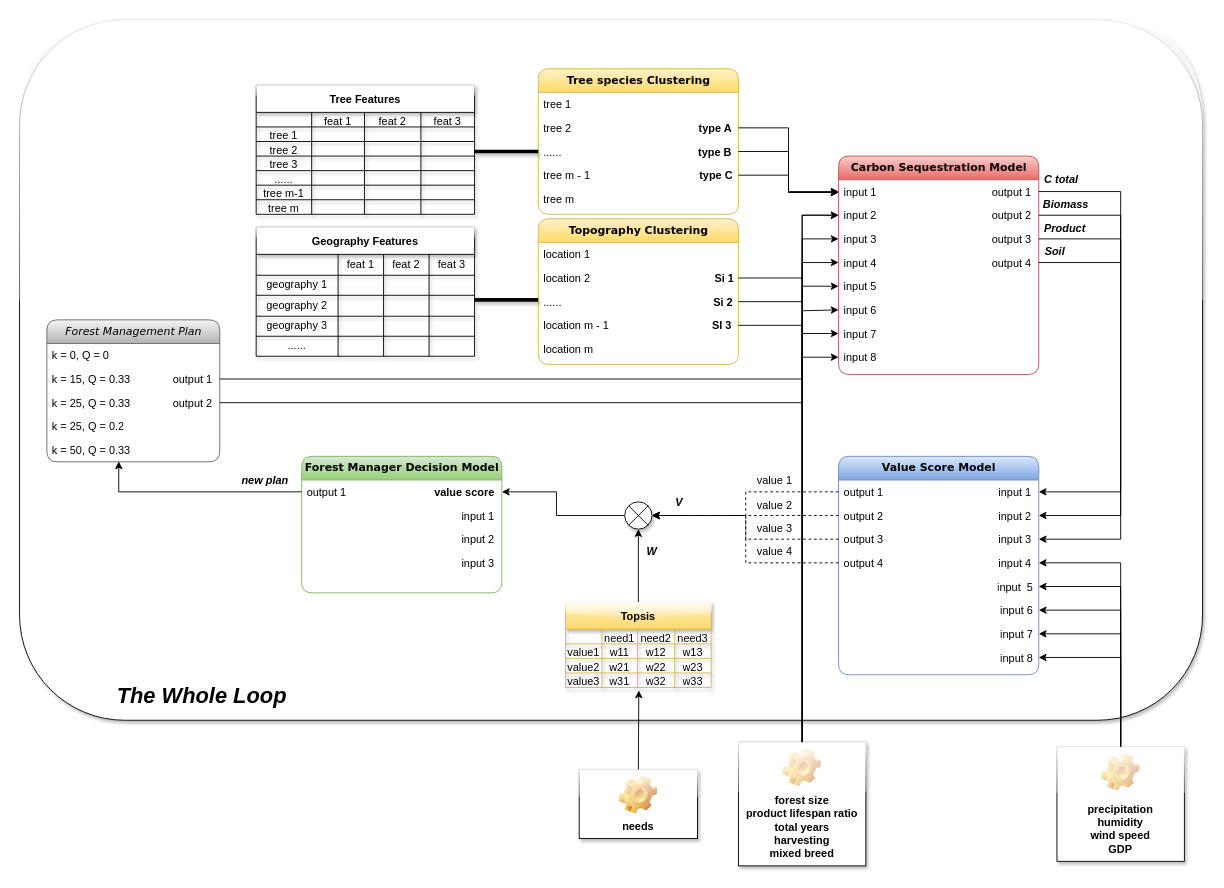
Earlier version of the draw.io diagram Untitled Diagram3.drawio (KLGR123/KLGR123.github.io). Source tidied: cells renumbered, new cells numbered last; positions are measured from the earlier drawing's top-left corner, leaving out a move shared by most shapes. Both pictures are drawn from the tidied source at 91%, with x=0, y=0 at pixel (19, 19).
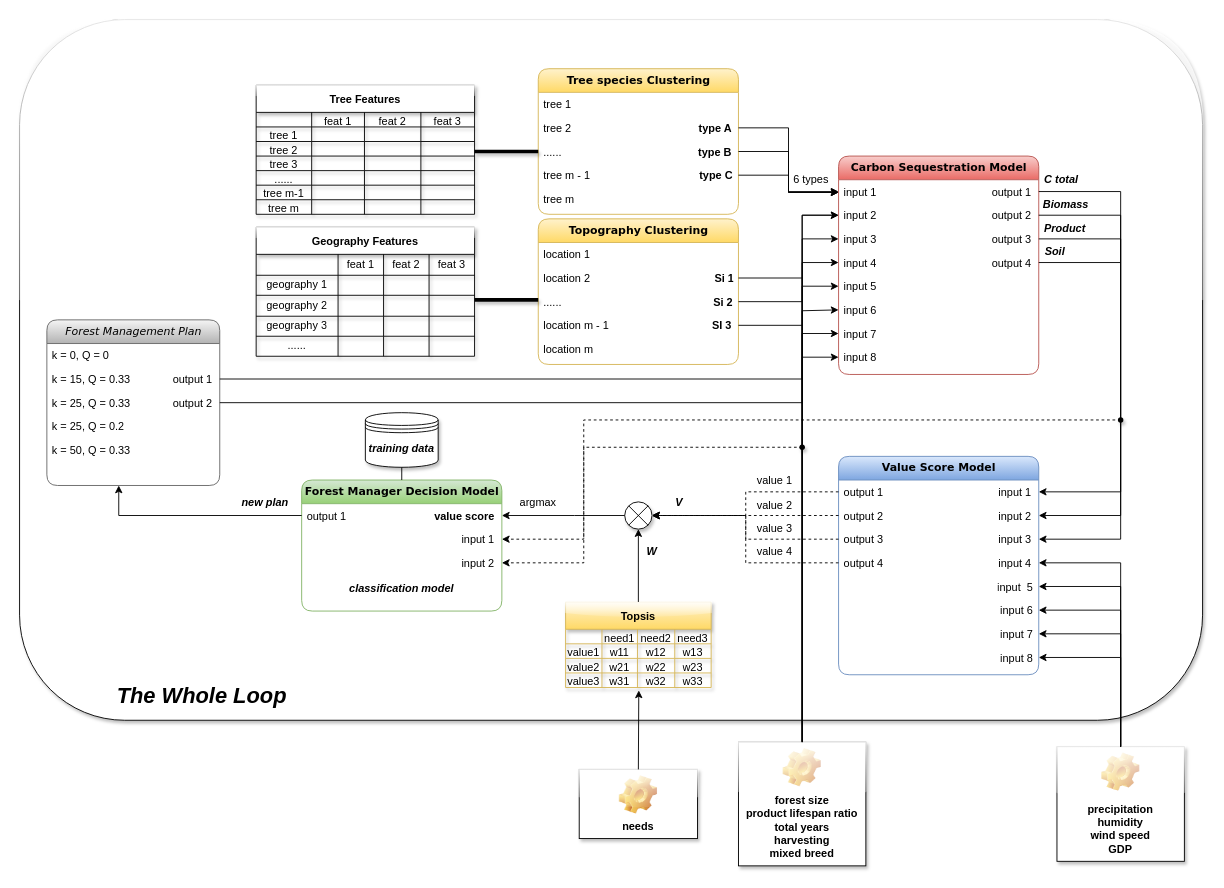
After the change.

The change refers to these unchanged cells:
```xml
<mxCell id="17" value="k = 50, Q = 0.33" style="text;html=1;strokeColor=none;fillColor=none;spacingLeft=4;spacingRight=4;whiteSpace=wrap;overflow=hidden;points=[[0,0.5],[1,0.5]];portConstraint=eastwest;" parent="12" vertex="1">
  <mxGeometry y="130" width="190" height="26" as="geometry" />
</mxCell>
<mxCell id="111" value="output 1 &amp;nbsp; &amp;nbsp; &amp;nbsp; &amp;nbsp; &amp;nbsp; &amp;nbsp; &amp;nbsp; &amp;nbsp; &amp;nbsp; &amp;nbsp; &amp;nbsp; &amp;nbsp; &amp;nbsp; &amp;nbsp; &lt;b&gt;value score&lt;/b&gt;&amp;nbsp;" style="text;html=1;strokeColor=none;fillColor=none;spacingLeft=4;spacingRight=4;whiteSpace=wrap;overflow=hidden;points=[[0,0.5],[1,0.5]];portConstraint=eastwest;align=left;" parent="110" vertex="1">
  <mxGeometry y="26" width="220" height="26" as="geometry" />
</mxCell>
<mxCell id="112" value="&amp;nbsp; &amp;nbsp; &amp;nbsp; &amp;nbsp; &amp;nbsp; &amp;nbsp; &amp;nbsp; &amp;nbsp; &amp;nbsp; &amp;nbsp; &amp;nbsp; &amp;nbsp; &amp;nbsp; &amp;nbsp; &amp;nbsp; &amp;nbsp; &amp;nbsp; &amp;nbsp; &amp;nbsp; &amp;nbsp; &amp;nbsp; &amp;nbsp; &amp;nbsp; &amp;nbsp; &amp;nbsp; &amp;nbsp;input 1" style="text;html=1;strokeColor=none;fillColor=none;spacingLeft=4;spacingRight=4;whiteSpace=wrap;overflow=hidden;points=[[0,0.5],[1,0.5]];portConstraint=eastwest;" parent="110" vertex="1">
  <mxGeometry y="52" width="220" height="26" as="geometry" />
</mxCell>
<mxCell id="113" value="&amp;nbsp; &amp;nbsp; &amp;nbsp; &amp;nbsp; &amp;nbsp; &amp;nbsp; &amp;nbsp; &amp;nbsp; &amp;nbsp; &amp;nbsp; &amp;nbsp; &amp;nbsp; &amp;nbsp; &amp;nbsp; &amp;nbsp; &amp;nbsp; &amp;nbsp; &amp;nbsp; &amp;nbsp; &amp;nbsp; &amp;nbsp; &amp;nbsp; &amp;nbsp; &amp;nbsp; &amp;nbsp; &amp;nbsp;input 2" style="text;html=1;strokeColor=none;fillColor=none;spacingLeft=4;spacingRight=4;whiteSpace=wrap;overflow=hidden;points=[[0,0.5],[1,0.5]];portConstraint=eastwest;" parent="110" vertex="1">
  <mxGeometry y="78" width="220" height="26" as="geometry" />
</mxCell>
<mxCell id="160" style="shape=sumEllipse;perimeter=ellipsePerimeter;whiteSpace=wrap;html=1;backgroundOutline=1;rounded=0;shadow=1;glass=1;sketch=0;fontSize=12;" parent="1" vertex="1">
  <mxGeometry x="665" y="530" width="30" height="30" as="geometry" />
</mxCell>
```

The edit, as a diff of the source:
```diff
@@
     <mxCell id="12" value="&lt;i&gt;Forest Management Plan&lt;/i&gt;" style="swimlane;html=1;fontStyle=0;horizontal=1;startSize=26;fillColor=#f5f5f5;swimlaneFillColor=#ffffff;align=center;rounded=1;shadow=0;comic=0;labelBackgroundColor=none;strokeWidth=1;fontFamily=Verdana;fontSize=12;gradientColor=#b3b3b3;strokeColor=#666666;" parent="1" vertex="1">
-      <mxGeometry x="30" y="330" width="190" height="156" as="geometry" />
+      <mxGeometry x="30" y="330" width="190" height="182" as="geometry" />
     </mxCell>
@@
+    <mxCell id="175" style="text;html=1;strokeColor=none;fillColor=none;spacingLeft=4;spacingRight=4;whiteSpace=wrap;overflow=hidden;points=[[0,0.5],[1,0.5]];portConstraint=eastwest;" parent="12" vertex="1">
+      <mxGeometry y="156" width="190" height="26" as="geometry" />
+    </mxCell>
@@
     <mxCell id="110" value="&lt;b&gt;Forest Manager Decision Model&lt;/b&gt;" style="swimlane;html=1;fontStyle=0;horizontal=1;startSize=26;fillColor=#d5e8d4;swimlaneFillColor=#ffffff;align=center;rounded=1;shadow=0;comic=0;labelBackgroundColor=none;strokeWidth=1;fontFamily=Verdana;fontSize=12;gradientColor=#97d077;strokeColor=#82b366;" parent="1" vertex="1">
-      <mxGeometry x="310" y="480" width="220" height="150" as="geometry" />
+      <mxGeometry x="310" y="506" width="220" height="144" as="geometry" />
     </mxCell>
@@
-    <mxCell id="114" value="&amp;nbsp; &amp;nbsp; &amp;nbsp; &amp;nbsp; &amp;nbsp; &amp;nbsp; &amp;nbsp; &amp;nbsp; &amp;nbsp; &amp;nbsp; &amp;nbsp; &amp;nbsp; &amp;nbsp; &amp;nbsp; &amp;nbsp; &amp;nbsp; &amp;nbsp; &amp;nbsp; &amp;nbsp; &amp;nbsp; &amp;nbsp; &amp;nbsp; &amp;nbsp; &amp;nbsp; &amp;nbsp; &amp;nbsp;input 3&amp;nbsp;" style="text;html=1;strokeColor=none;fillColor=none;spacingLeft=4;spacingRight=4;whiteSpace=wrap;overflow=hidden;" parent="110" vertex="1">
-      <mxGeometry y="104" width="220" height="26" as="geometry" />
-    </mxCell>
+    <mxCell id="176" value="&lt;b&gt;&lt;i&gt;classification model&lt;/i&gt;&lt;/b&gt;" style="text;html=1;strokeColor=none;fillColor=none;align=center;verticalAlign=middle;whiteSpace=wrap;rounded=0;shadow=1;glass=1;sketch=0;fontSize=12;" parent="110" vertex="1">
+      <mxGeometry y="104" width="220" height="30" as="geometry" />
+    </mxCell>
@@
     <mxCell id="172" style="edgeStyle=elbowEdgeStyle;elbow=horizontal;endArrow=classic;html=1;rounded=0;fontSize=24;exitX=0;exitY=0.5;exitDx=0;exitDy=0;entryX=1;entryY=0.5;entryDx=0;entryDy=0;" parent="1" edge="1" source="160" target="111">
       <mxGeometry relative="1" as="geometry">
         <Array as="points">
-          <mxPoint x="590" y="530" />
+          <mxPoint x="610" y="545" />
         </Array>
       </mxGeometry>
     </mxCell>
-    <mxCell id="173" style="edgeStyle=elbowEdgeStyle;elbow=horizontal;endArrow=classic;html=1;rounded=0;fontSize=24;entryX=0.415;entryY=0.981;entryDx=0;entryDy=0;entryPerimeter=0;exitX=0;exitY=0.5;exitDx=0;exitDy=0;" parent="1" edge="1" source="111" target="17">
+    <mxCell id="173" style="edgeStyle=elbowEdgeStyle;elbow=horizontal;endArrow=classic;html=1;rounded=0;fontSize=24;exitX=0;exitY=0.5;exitDx=0;exitDy=0;" parent="1" edge="1" source="111" target="175">
       <mxGeometry relative="1" as="geometry">
         <Array as="points">
           <mxPoint x="109" y="510" />
         </Array>
       </mxGeometry>
     </mxCell>
     <mxCell id="174" value="&lt;b&gt;&lt;i&gt;new plan&lt;/i&gt;&lt;/b&gt;" style="text;html=1;strokeColor=none;fillColor=none;align=center;verticalAlign=middle;whiteSpace=wrap;rounded=0;shadow=1;glass=1;sketch=0;fontSize=12;" parent="1" vertex="1">
-      <mxGeometry x="240" y="492" width="60" height="30" as="geometry" />
+      <mxGeometry x="240" y="516" width="60" height="30" as="geometry" />
     </mxCell>
+    <mxCell id="177" value="6 types" style="text;html=1;strokeColor=none;fillColor=none;align=center;verticalAlign=middle;whiteSpace=wrap;rounded=0;shadow=1;glass=1;sketch=0;fontSize=12;" parent="1" vertex="1">
+      <mxGeometry x="840" y="161" width="60" height="30" as="geometry" />
+    </mxCell>
+    <mxCell id="178" value="argmax" style="text;html=1;strokeColor=none;fillColor=none;align=center;verticalAlign=middle;whiteSpace=wrap;rounded=0;shadow=1;glass=1;sketch=0;fontSize=12;" parent="1" vertex="1">
+      <mxGeometry x="540" y="516" width="60" height="30" as="geometry" />
+    </mxCell>
+    <mxCell id="179" style="edgeStyle=elbowEdgeStyle;elbow=horizontal;endArrow=classic;html=1;rounded=0;dashed=1;fontSize=12;" parent="1" edge="1" target="112">
+      <mxGeometry relative="1" as="geometry">
+        <mxPoint x="1210" y="440" as="sourcePoint" />
+        <Array as="points">
+          <mxPoint x="620" y="440" />
+          <mxPoint x="620" y="490" />
+        </Array>
+      </mxGeometry>
+    </mxCell>
+    <mxCell id="180" style="edgeStyle=elbowEdgeStyle;elbow=horizontal;endArrow=classic;html=1;rounded=0;dashed=1;fontSize=12;entryX=1;entryY=0.5;entryDx=0;entryDy=0;" parent="1" edge="1" target="113">
+      <mxGeometry relative="1" as="geometry">
+        <mxPoint x="860" y="470" as="sourcePoint" />
+        <Array as="points">
+          <mxPoint x="620" y="540" />
+          <mxPoint x="630" y="500" />
+        </Array>
+      </mxGeometry>
+    </mxCell>
+    <mxCell id="181" style="shape=waypoint;sketch=0;fillStyle=solid;size=6;fillColor=none;perimeter=centerPerimeter;rounded=0;shadow=1;glass=1;fontSize=12;" parent="1" vertex="1">
+      <mxGeometry x="840" y="450" width="40" height="40" as="geometry" />
+    </mxCell>
+    <mxCell id="182" style="shape=waypoint;sketch=0;fillStyle=solid;size=6;fillColor=none;perimeter=centerPerimeter;rounded=0;shadow=1;glass=1;fontSize=12;" parent="1" vertex="1">
+      <mxGeometry x="1190" y="420" width="40" height="40" as="geometry" />
+    </mxCell>
+    <mxCell id="183" value="&lt;b&gt;&lt;i&gt;training data&lt;/i&gt;&lt;/b&gt;" style="shape=datastore;whiteSpace=wrap;html=1;rounded=0;shadow=1;glass=1;sketch=0;fontSize=12;" parent="1" vertex="1">
+      <mxGeometry x="380" y="432" width="80" height="60" as="geometry" />
+    </mxCell>
+    <mxCell id="184" style="endArrow=none;html=1;rounded=0;fontSize=12;elbow=vertical;entryX=0.5;entryY=1;entryDx=0;entryDy=0;exitX=0.5;exitY=0;exitDx=0;exitDy=0;" parent="1" edge="1" source="110" target="183">
+      <mxGeometry relative="1" as="geometry" />
+    </mxCell>
```
